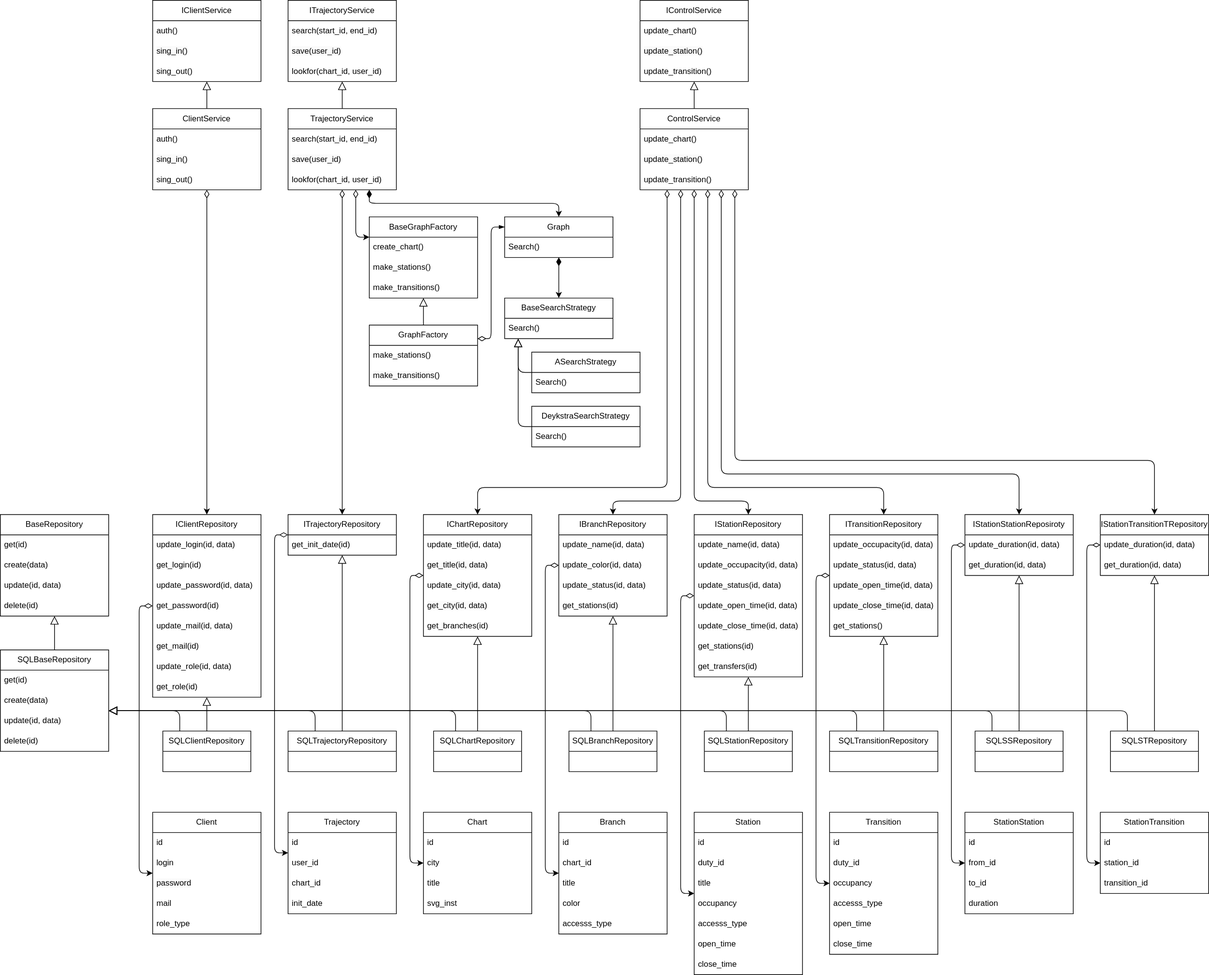
The draw.io diagram images/charts/UML_BusinessLogic.svg in Mihyich/PPO, before a commit. Source tidied: cells renumbered, new cells last; positions are measured from the earlier drawing's top-left corner, leaving out a move shared by most shapes.
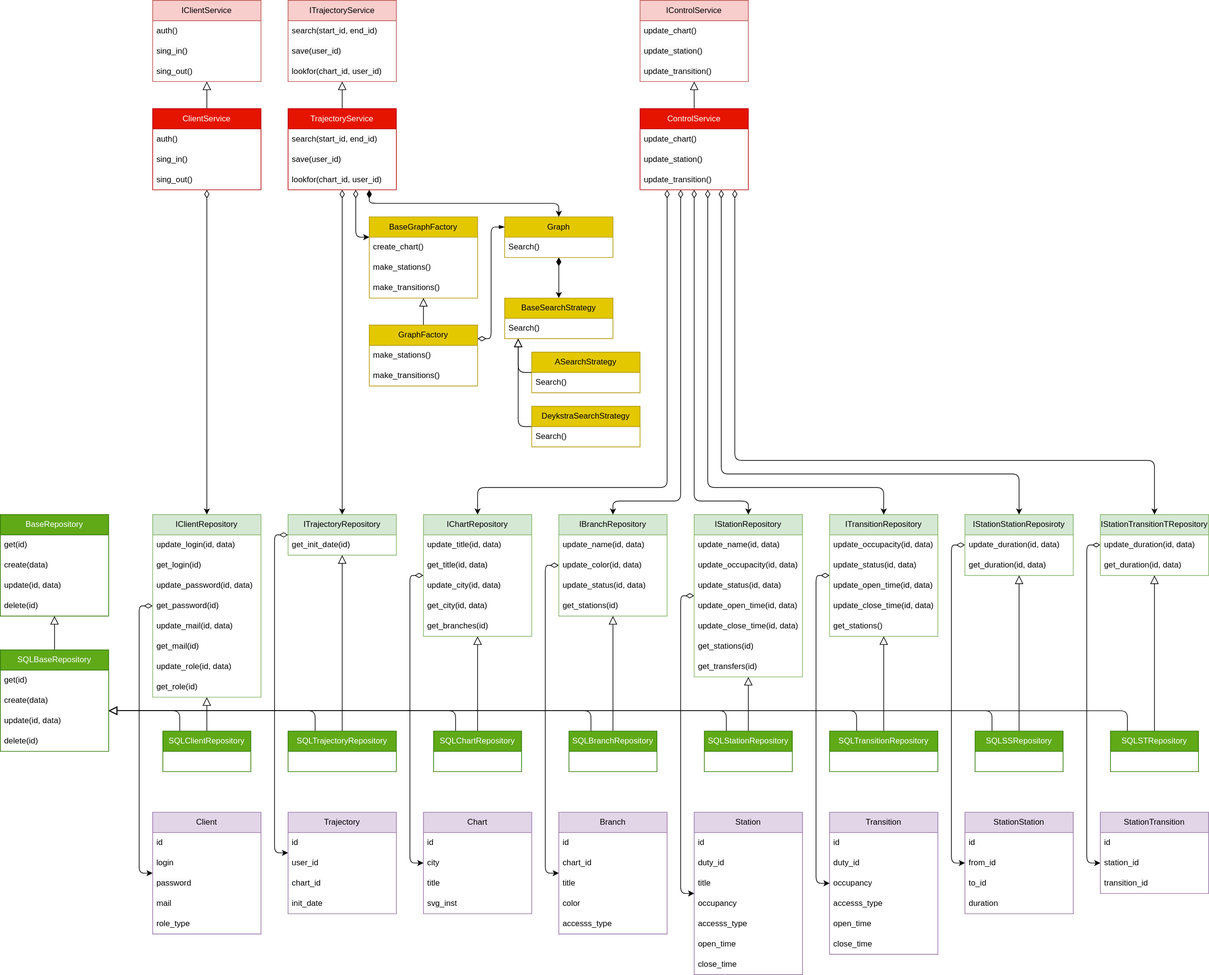
The same file after the commit.

Commit message:
обновлено svg представление uml даграммы бизнес логики

The edit, as a diff of the source:
```diff
@@ -4,3 +4,3 @@
     <mxCell id="1" parent="0" />
-    <mxCell id="2" value="BaseGraphFactory" style="swimlane;fontStyle=0;horizontal=1;startSize=30;whiteSpace=wrap;html=1;" parent="1" vertex="1">
+    <mxCell id="2" value="BaseGraphFactory" style="swimlane;fontStyle=0;horizontal=1;startSize=30;whiteSpace=wrap;html=1;fillColor=#e3c800;fontColor=#000000;strokeColor=#B09500;" parent="1" vertex="1">
       <mxGeometry x="545" y="320" width="160" height="120" as="geometry" />
@@ -19,3 +19,3 @@
     </mxCell>
-    <mxCell id="7" value="GraphFactory" style="swimlane;fontStyle=0;horizontal=1;startSize=30;whiteSpace=wrap;html=1;" parent="1" vertex="1">
+    <mxCell id="7" value="GraphFactory" style="swimlane;fontStyle=0;horizontal=1;startSize=30;whiteSpace=wrap;html=1;fillColor=#e3c800;fontColor=#000000;strokeColor=#B09500;" parent="1" vertex="1">
       <mxGeometry x="545" y="480" width="160" height="90" as="geometry" />
@@ -31,3 +31,3 @@
     </mxCell>
-    <mxCell id="11" value="Graph" style="swimlane;fontStyle=0;horizontal=1;startSize=30;whiteSpace=wrap;html=1;" parent="1" vertex="1">
+    <mxCell id="11" value="Graph" style="swimlane;fontStyle=0;horizontal=1;startSize=30;whiteSpace=wrap;html=1;fillColor=#e3c800;fontColor=#000000;strokeColor=#B09500;" parent="1" vertex="1">
       <mxGeometry x="745" y="320" width="160" height="60" as="geometry" />
@@ -45,3 +45,3 @@
     </mxCell>
-    <mxCell id="14" value="BaseSearchStrategy" style="swimlane;fontStyle=0;horizontal=1;startSize=30;whiteSpace=wrap;html=1;" parent="1" vertex="1">
+    <mxCell id="14" value="BaseSearchStrategy" style="swimlane;fontStyle=0;horizontal=1;startSize=30;whiteSpace=wrap;html=1;fillColor=#e3c800;fontColor=#000000;strokeColor=#B09500;" parent="1" vertex="1">
       <mxGeometry x="745" y="440" width="160" height="60" as="geometry" />
@@ -58,3 +58,3 @@
     </mxCell>
-    <mxCell id="17" value="DeykstraSearchStrategy" style="swimlane;fontStyle=0;horizontal=1;startSize=30;whiteSpace=wrap;html=1;" parent="1" vertex="1">
+    <mxCell id="17" value="DeykstraSearchStrategy" style="swimlane;fontStyle=0;horizontal=1;startSize=30;whiteSpace=wrap;html=1;fillColor=#e3c800;fontColor=#000000;strokeColor=#B09500;" parent="1" vertex="1">
       <mxGeometry x="785" y="600" width="160" height="60" as="geometry" />
@@ -71,3 +71,3 @@
     </mxCell>
-    <mxCell id="20" value="ASearchStrategy" style="swimlane;fontStyle=0;horizontal=1;startSize=30;whiteSpace=wrap;html=1;" parent="1" vertex="1">
+    <mxCell id="20" value="ASearchStrategy" style="swimlane;fontStyle=0;horizontal=1;startSize=30;whiteSpace=wrap;html=1;fillColor=#e3c800;fontColor=#000000;strokeColor=#B09500;" parent="1" vertex="1">
       <mxGeometry x="785" y="520" width="160" height="60" as="geometry" />
@@ -77,3 +77,3 @@
     </mxCell>
-    <mxCell id="22" value="Client" style="swimlane;fontStyle=0;horizontal=1;startSize=30;whiteSpace=wrap;html=1;" parent="1" vertex="1">
+    <mxCell id="22" value="Client" style="swimlane;fontStyle=0;horizontal=1;startSize=30;whiteSpace=wrap;html=1;fillColor=#e1d5e7;strokeColor=#9673a6;swimlaneFillColor=none;fillStyle=solid;" parent="1" vertex="1">
       <mxGeometry x="225" y="1200" width="160" height="180" as="geometry" />
@@ -95,3 +95,3 @@
     </mxCell>
-    <mxCell id="28" value="IClientService" style="swimlane;fontStyle=0;horizontal=1;startSize=30;whiteSpace=wrap;html=1;" parent="1" vertex="1">
+    <mxCell id="28" value="IClientService" style="swimlane;fontStyle=0;horizontal=1;startSize=30;whiteSpace=wrap;html=1;fillColor=#f8cecc;strokeColor=#b85450;" parent="1" vertex="1">
       <mxGeometry x="225" width="160" height="120" as="geometry" />
@@ -113,3 +113,3 @@
     </mxCell>
-    <mxCell id="34" value="ClientService" style="swimlane;fontStyle=0;horizontal=1;startSize=30;whiteSpace=wrap;html=1;" parent="1" vertex="1">
+    <mxCell id="34" value="ClientService" style="swimlane;fontStyle=0;horizontal=1;startSize=30;whiteSpace=wrap;html=1;fillColor=#e51400;fontColor=#ffffff;strokeColor=#B20000;" parent="1" vertex="1">
       <mxGeometry x="225" y="160" width="160" height="120" as="geometry" />
@@ -128,3 +128,3 @@
     </mxCell>
-    <mxCell id="39" value="SQLBaseRepository" style="swimlane;fontStyle=0;horizontal=1;startSize=30;whiteSpace=wrap;html=1;" parent="1" vertex="1">
+    <mxCell id="39" value="SQLBaseRepository" style="swimlane;fontStyle=0;horizontal=1;startSize=30;whiteSpace=wrap;html=1;fillColor=#60a917;fontColor=#ffffff;strokeColor=#2D7600;" parent="1" vertex="1">
       <mxGeometry y="960" width="160" height="150" as="geometry" />
@@ -151,3 +151,3 @@
     </mxCell>
-    <mxCell id="45" value="IClientRepository" style="swimlane;fontStyle=0;horizontal=1;startSize=30;whiteSpace=wrap;html=1;swimlaneFillColor=none;fillStyle=auto;" parent="1" vertex="1">
+    <mxCell id="45" value="IClientRepository" style="swimlane;fontStyle=0;horizontal=1;startSize=30;whiteSpace=wrap;html=1;swimlaneFillColor=none;fillStyle=auto;fillColor=#d5e8d4;strokeColor=#82b366;" parent="1" vertex="1">
       <mxGeometry x="225" y="760" width="160" height="270" as="geometry" />
@@ -186,3 +186,3 @@
     </mxCell>
-    <mxCell id="55" value="ITrajectoryRepository" style="swimlane;fontStyle=0;horizontal=1;startSize=30;whiteSpace=wrap;html=1;swimlaneFillColor=none;fillStyle=auto;" parent="1" vertex="1">
+    <mxCell id="55" value="ITrajectoryRepository" style="swimlane;fontStyle=0;horizontal=1;startSize=30;whiteSpace=wrap;html=1;swimlaneFillColor=none;fillStyle=auto;fillColor=#d5e8d4;strokeColor=#82b366;" parent="1" vertex="1">
       <mxGeometry x="425" y="760" width="160" height="60" as="geometry" />
@@ -200,3 +200,3 @@
     </mxCell>
-    <mxCell id="58" value="IChartRepository" style="swimlane;fontStyle=0;horizontal=1;startSize=30;whiteSpace=wrap;html=1;swimlaneFillColor=none;fillStyle=auto;" parent="1" vertex="1">
+    <mxCell id="58" value="IChartRepository" style="swimlane;fontStyle=0;horizontal=1;startSize=30;whiteSpace=wrap;html=1;swimlaneFillColor=none;fillStyle=auto;fillColor=#d5e8d4;strokeColor=#82b366;" parent="1" vertex="1">
       <mxGeometry x="625" y="760" width="160" height="180" as="geometry" />
@@ -226,3 +226,3 @@
     </mxCell>
-    <mxCell id="65" value="IBranchRepository" style="swimlane;fontStyle=0;horizontal=1;startSize=30;whiteSpace=wrap;html=1;swimlaneFillColor=none;fillStyle=auto;" parent="1" vertex="1">
+    <mxCell id="65" value="IBranchRepository" style="swimlane;fontStyle=0;horizontal=1;startSize=30;whiteSpace=wrap;html=1;swimlaneFillColor=none;fillStyle=auto;fillColor=#d5e8d4;strokeColor=#82b366;" parent="1" vertex="1">
       <mxGeometry x="825" y="760" width="160" height="150" as="geometry" />
@@ -249,3 +249,3 @@
     </mxCell>
-    <mxCell id="71" value="IStationRepository" style="swimlane;fontStyle=0;horizontal=1;startSize=30;whiteSpace=wrap;html=1;swimlaneFillColor=none;fillStyle=auto;" parent="1" vertex="1">
+    <mxCell id="71" value="IStationRepository" style="swimlane;fontStyle=0;horizontal=1;startSize=30;whiteSpace=wrap;html=1;swimlaneFillColor=none;fillStyle=auto;fillColor=#d5e8d4;strokeColor=#82b366;" parent="1" vertex="1">
       <mxGeometry x="1025" y="760" width="160" height="240" as="geometry" />
@@ -281,3 +281,3 @@
     </mxCell>
-    <mxCell id="80" value="ITransitionRepository" style="swimlane;fontStyle=0;horizontal=1;startSize=30;whiteSpace=wrap;html=1;swimlaneFillColor=none;fillStyle=auto;" parent="1" vertex="1">
+    <mxCell id="80" value="ITransitionRepository" style="swimlane;fontStyle=0;horizontal=1;startSize=30;whiteSpace=wrap;html=1;swimlaneFillColor=none;fillStyle=auto;fillColor=#d5e8d4;strokeColor=#82b366;" parent="1" vertex="1">
       <mxGeometry x="1225" y="760" width="160" height="180" as="geometry" />
@@ -311,3 +311,3 @@
     </mxCell>
-    <mxCell id="88" value="SQLClientRepository" style="swimlane;fontStyle=0;horizontal=1;startSize=30;whiteSpace=wrap;html=1;" parent="1" vertex="1">
+    <mxCell id="88" value="SQLClientRepository" style="swimlane;fontStyle=0;horizontal=1;startSize=30;whiteSpace=wrap;html=1;fillColor=#60a917;fontColor=#ffffff;strokeColor=#2D7600;" parent="1" vertex="1">
       <mxGeometry x="240" y="1080" width="130" height="60" as="geometry" />
@@ -324,3 +324,3 @@
     </mxCell>
-    <mxCell id="91" value="SQLTrajectoryRepository" style="swimlane;fontStyle=0;horizontal=1;startSize=30;whiteSpace=wrap;html=1;" parent="1" vertex="1">
+    <mxCell id="91" value="SQLTrajectoryRepository" style="swimlane;fontStyle=0;horizontal=1;startSize=30;whiteSpace=wrap;html=1;fillColor=#60a917;fontColor=#ffffff;strokeColor=#2D7600;" parent="1" vertex="1">
       <mxGeometry x="425" y="1080" width="160" height="60" as="geometry" />
@@ -337,3 +337,3 @@
     </mxCell>
-    <mxCell id="94" value="SQLChartRepository" style="swimlane;fontStyle=0;horizontal=1;startSize=30;whiteSpace=wrap;html=1;" parent="1" vertex="1">
+    <mxCell id="94" value="SQLChartRepository" style="swimlane;fontStyle=0;horizontal=1;startSize=30;whiteSpace=wrap;html=1;fillColor=#60a917;fontColor=#ffffff;strokeColor=#2D7600;" parent="1" vertex="1">
       <mxGeometry x="640" y="1080" width="130" height="60" as="geometry" />
@@ -350,3 +350,3 @@
     </mxCell>
-    <mxCell id="97" value="SQLBranchRepository" style="swimlane;fontStyle=0;horizontal=1;startSize=30;whiteSpace=wrap;html=1;" parent="1" vertex="1">
+    <mxCell id="97" value="SQLBranchRepository" style="swimlane;fontStyle=0;horizontal=1;startSize=30;whiteSpace=wrap;html=1;fillColor=#60a917;fontColor=#ffffff;strokeColor=#2D7600;" parent="1" vertex="1">
       <mxGeometry x="840" y="1080" width="130" height="60" as="geometry" />
@@ -363,3 +363,3 @@
     </mxCell>
-    <mxCell id="100" value="SQLStationRepository" style="swimlane;fontStyle=0;horizontal=1;startSize=30;whiteSpace=wrap;html=1;" parent="1" vertex="1">
+    <mxCell id="100" value="SQLStationRepository" style="swimlane;fontStyle=0;horizontal=1;startSize=30;whiteSpace=wrap;html=1;fillColor=#60a917;fontColor=#ffffff;strokeColor=#2D7600;" parent="1" vertex="1">
       <mxGeometry x="1040" y="1080" width="130" height="60" as="geometry" />
@@ -376,6 +376,6 @@
     </mxCell>
-    <mxCell id="103" value="SQLTransitionRepository" style="swimlane;fontStyle=0;horizontal=1;startSize=30;whiteSpace=wrap;html=1;" parent="1" vertex="1">
+    <mxCell id="103" value="SQLTransitionRepository" style="swimlane;fontStyle=0;horizontal=1;startSize=30;whiteSpace=wrap;html=1;fillColor=#60a917;fontColor=#ffffff;strokeColor=#2D7600;" parent="1" vertex="1">
       <mxGeometry x="1225" y="1080" width="160" height="60" as="geometry" />
     </mxCell>
-    <mxCell id="104" value="BaseRepository" style="swimlane;fontStyle=0;horizontal=1;startSize=30;whiteSpace=wrap;html=1;" parent="1" vertex="1">
+    <mxCell id="104" value="BaseRepository" style="swimlane;fontStyle=0;horizontal=1;startSize=30;whiteSpace=wrap;html=1;fillColor=#60a917;fontColor=#ffffff;strokeColor=#2D7600;" parent="1" vertex="1">
       <mxGeometry y="760" width="160" height="150" as="geometry" />
@@ -402,3 +402,3 @@
     </mxCell>
-    <mxCell id="110" value="IStationStationReposiroty" style="swimlane;fontStyle=0;horizontal=1;startSize=30;whiteSpace=wrap;html=1;swimlaneFillColor=none;fillStyle=auto;" parent="1" vertex="1">
+    <mxCell id="110" value="IStationStationReposiroty" style="swimlane;fontStyle=0;horizontal=1;startSize=30;whiteSpace=wrap;html=1;swimlaneFillColor=none;fillStyle=auto;fillColor=#d5e8d4;strokeColor=#82b366;" parent="1" vertex="1">
       <mxGeometry x="1425" y="760" width="160" height="90" as="geometry" />
@@ -419,3 +419,3 @@
     </mxCell>
-    <mxCell id="114" value="IStationTransitionTRepository" style="swimlane;fontStyle=0;horizontal=1;startSize=30;whiteSpace=wrap;html=1;swimlaneFillColor=none;fillStyle=auto;" parent="1" vertex="1">
+    <mxCell id="114" value="IStationTransitionTRepository" style="swimlane;fontStyle=0;horizontal=1;startSize=30;whiteSpace=wrap;html=1;swimlaneFillColor=none;fillStyle=auto;fillColor=#d5e8d4;strokeColor=#82b366;" parent="1" vertex="1">
       <mxGeometry x="1625" y="760" width="160" height="90" as="geometry" />
@@ -439,3 +439,3 @@
     </mxCell>
-    <mxCell id="119" value="SQLSSRepository" style="swimlane;fontStyle=0;horizontal=1;startSize=30;whiteSpace=wrap;html=1;" parent="1" vertex="1">
+    <mxCell id="119" value="SQLSSRepository" style="swimlane;fontStyle=0;horizontal=1;startSize=30;whiteSpace=wrap;html=1;fillColor=#60a917;fontColor=#ffffff;strokeColor=#2D7600;" parent="1" vertex="1">
       <mxGeometry x="1440" y="1080" width="130" height="60" as="geometry" />
@@ -453,6 +453,6 @@
     </mxCell>
-    <mxCell id="122" value="SQLSTRepository" style="swimlane;fontStyle=0;horizontal=1;startSize=30;whiteSpace=wrap;html=1;" parent="1" vertex="1">
+    <mxCell id="122" value="SQLSTRepository" style="swimlane;fontStyle=0;horizontal=1;startSize=30;whiteSpace=wrap;html=1;fillColor=#60a917;fontColor=#ffffff;strokeColor=#2D7600;" parent="1" vertex="1">
       <mxGeometry x="1640" y="1080" width="130" height="60" as="geometry" />
     </mxCell>
-    <mxCell id="123" value="ITrajectoryService" style="swimlane;fontStyle=0;horizontal=1;startSize=30;whiteSpace=wrap;html=1;" parent="1" vertex="1">
+    <mxCell id="123" value="ITrajectoryService" style="swimlane;fontStyle=0;horizontal=1;startSize=30;whiteSpace=wrap;html=1;fillColor=#f8cecc;strokeColor=#b85450;" parent="1" vertex="1">
       <mxGeometry x="425" width="160" height="120" as="geometry" />
@@ -489,3 +489,3 @@
     </mxCell>
-    <mxCell id="131" value="TrajectoryService" style="swimlane;fontStyle=0;horizontal=1;startSize=30;whiteSpace=wrap;html=1;" parent="1" vertex="1">
+    <mxCell id="131" value="TrajectoryService" style="swimlane;fontStyle=0;horizontal=1;startSize=30;whiteSpace=wrap;html=1;fillColor=#e51400;fontColor=#ffffff;strokeColor=#B20000;" parent="1" vertex="1">
       <mxGeometry x="425" y="160" width="160" height="120" as="geometry" />
@@ -501,3 +501,3 @@
     </mxCell>
-    <mxCell id="135" value="IControlService" style="swimlane;fontStyle=0;horizontal=1;startSize=30;whiteSpace=wrap;html=1;" parent="1" vertex="1">
+    <mxCell id="135" value="IControlService" style="swimlane;fontStyle=0;horizontal=1;startSize=30;whiteSpace=wrap;html=1;fillColor=#f8cecc;strokeColor=#b85450;" parent="1" vertex="1">
       <mxGeometry x="945" width="160" height="120" as="geometry" />
@@ -564,3 +564,3 @@
     </mxCell>
-    <mxCell id="146" value="ControlService" style="swimlane;fontStyle=0;horizontal=1;startSize=30;whiteSpace=wrap;html=1;" parent="1" vertex="1">
+    <mxCell id="146" value="ControlService" style="swimlane;fontStyle=0;horizontal=1;startSize=30;whiteSpace=wrap;html=1;fillColor=#e51400;fontColor=#ffffff;strokeColor=#B20000;" parent="1" vertex="1">
       <mxGeometry x="945" y="160" width="160" height="120" as="geometry" />
@@ -576,3 +576,3 @@
     </mxCell>
-    <mxCell id="150" value="Trajectory" style="swimlane;fontStyle=0;horizontal=1;startSize=30;whiteSpace=wrap;html=1;" parent="1" vertex="1">
+    <mxCell id="150" value="Trajectory" style="swimlane;fontStyle=0;horizontal=1;startSize=30;whiteSpace=wrap;html=1;fillColor=#e1d5e7;strokeColor=#9673a6;swimlaneFillColor=none;fillStyle=solid;" parent="1" vertex="1">
       <mxGeometry x="425" y="1200" width="160" height="150" as="geometry" />
@@ -591,3 +591,3 @@
     </mxCell>
-    <mxCell id="155" value="Station" style="swimlane;fontStyle=0;horizontal=1;startSize=30;whiteSpace=wrap;html=1;" parent="1" vertex="1">
+    <mxCell id="155" value="Station" style="swimlane;fontStyle=0;horizontal=1;startSize=30;whiteSpace=wrap;html=1;fillColor=#e1d5e7;strokeColor=#9673a6;swimlaneFillColor=none;fillStyle=solid;" parent="1" vertex="1">
       <mxGeometry x="1025" y="1200" width="160" height="240" as="geometry" />
@@ -615,3 +615,3 @@
     </mxCell>
-    <mxCell id="163" value="Transition" style="swimlane;fontStyle=0;horizontal=1;startSize=30;whiteSpace=wrap;html=1;" parent="1" vertex="1">
+    <mxCell id="163" value="Transition" style="swimlane;fontStyle=0;horizontal=1;startSize=30;whiteSpace=wrap;html=1;fillColor=#e1d5e7;strokeColor=#9673a6;swimlaneFillColor=none;fillStyle=solid;" parent="1" vertex="1">
       <mxGeometry x="1225" y="1200" width="160" height="210" as="geometry" />
@@ -636,3 +636,3 @@
     </mxCell>
-    <mxCell id="170" value="StationStation" style="swimlane;fontStyle=0;horizontal=1;startSize=30;whiteSpace=wrap;html=1;" parent="1" vertex="1">
+    <mxCell id="170" value="StationStation" style="swimlane;fontStyle=0;horizontal=1;startSize=30;whiteSpace=wrap;html=1;fillColor=#e1d5e7;strokeColor=#9673a6;swimlaneFillColor=none;fillStyle=solid;" parent="1" vertex="1">
       <mxGeometry x="1425" y="1200" width="160" height="150" as="geometry" />
@@ -651,3 +651,3 @@
     </mxCell>
-    <mxCell id="175" value="StationTransition" style="swimlane;fontStyle=0;horizontal=1;startSize=30;whiteSpace=wrap;html=1;" parent="1" vertex="1">
+    <mxCell id="175" value="StationTransition" style="swimlane;fontStyle=0;horizontal=1;startSize=30;whiteSpace=wrap;html=1;fillColor=#e1d5e7;strokeColor=#9673a6;swimlaneFillColor=none;fillStyle=solid;" parent="1" vertex="1">
       <mxGeometry x="1625" y="1200" width="160" height="120" as="geometry" />
@@ -663,3 +663,3 @@
     </mxCell>
-    <mxCell id="179" value="Branch" style="swimlane;fontStyle=0;horizontal=1;startSize=30;whiteSpace=wrap;html=1;" parent="1" vertex="1">
+    <mxCell id="179" value="Branch" style="swimlane;fontStyle=0;horizontal=1;startSize=30;whiteSpace=wrap;html=1;fillColor=#e1d5e7;strokeColor=#9673a6;swimlaneFillColor=none;fillStyle=solid;" parent="1" vertex="1">
       <mxGeometry x="825" y="1200" width="160" height="180" as="geometry" />
@@ -681,3 +681,3 @@
     </mxCell>
-    <mxCell id="185" value="Chart" style="swimlane;fontStyle=0;horizontal=1;startSize=30;whiteSpace=wrap;html=1;" parent="1" vertex="1">
+    <mxCell id="185" value="Chart" style="swimlane;fontStyle=0;horizontal=1;startSize=30;whiteSpace=wrap;html=1;fillColor=#e1d5e7;strokeColor=#9673a6;swimlaneFillColor=none;fillStyle=solid;" parent="1" vertex="1">
       <mxGeometry x="625" y="1200" width="160" height="150" as="geometry" />
```
